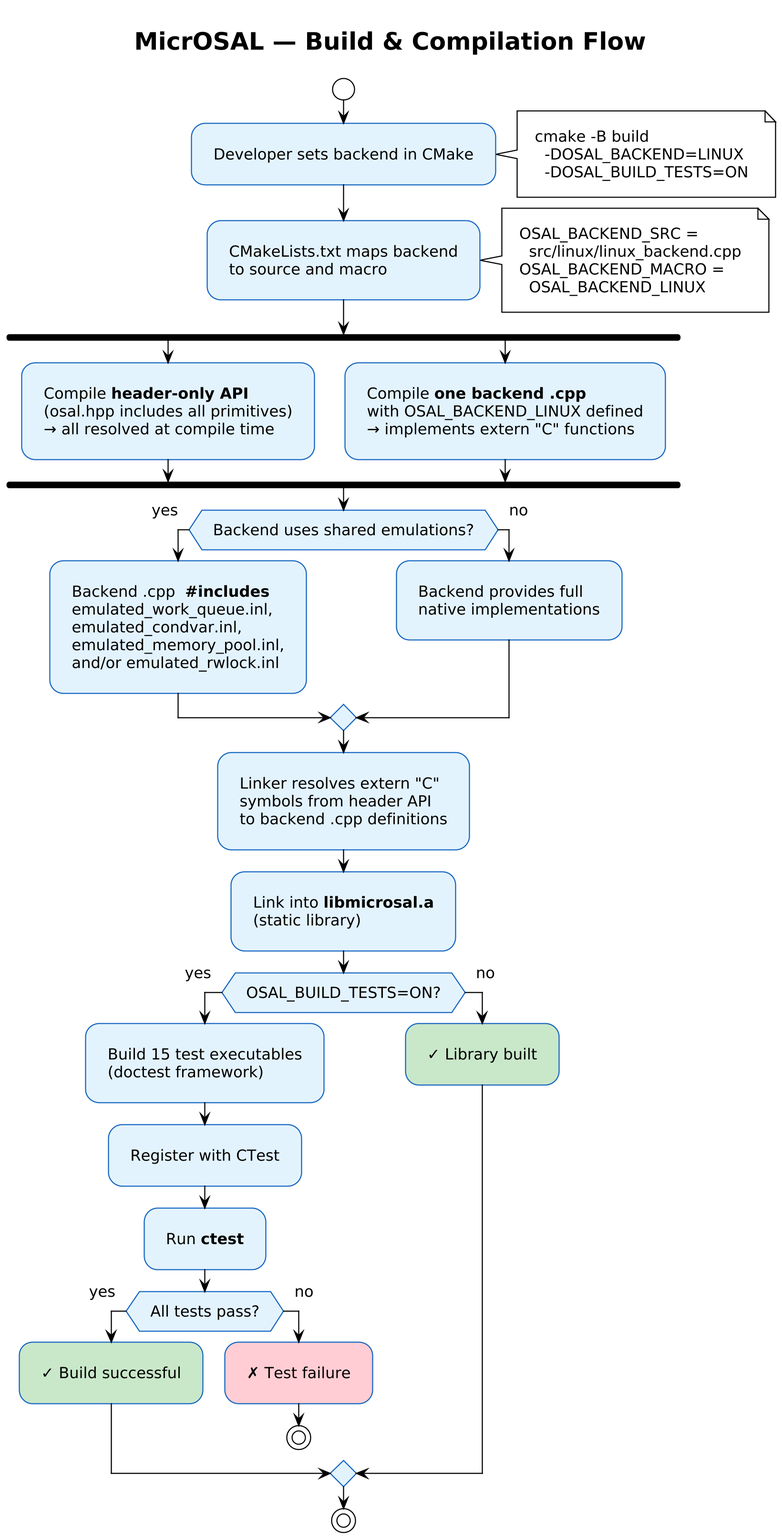
This is docs/diagrams/print/build_flow.png from jwbmwv/micrOSAL, a PlantUML export, as it was before one commit.
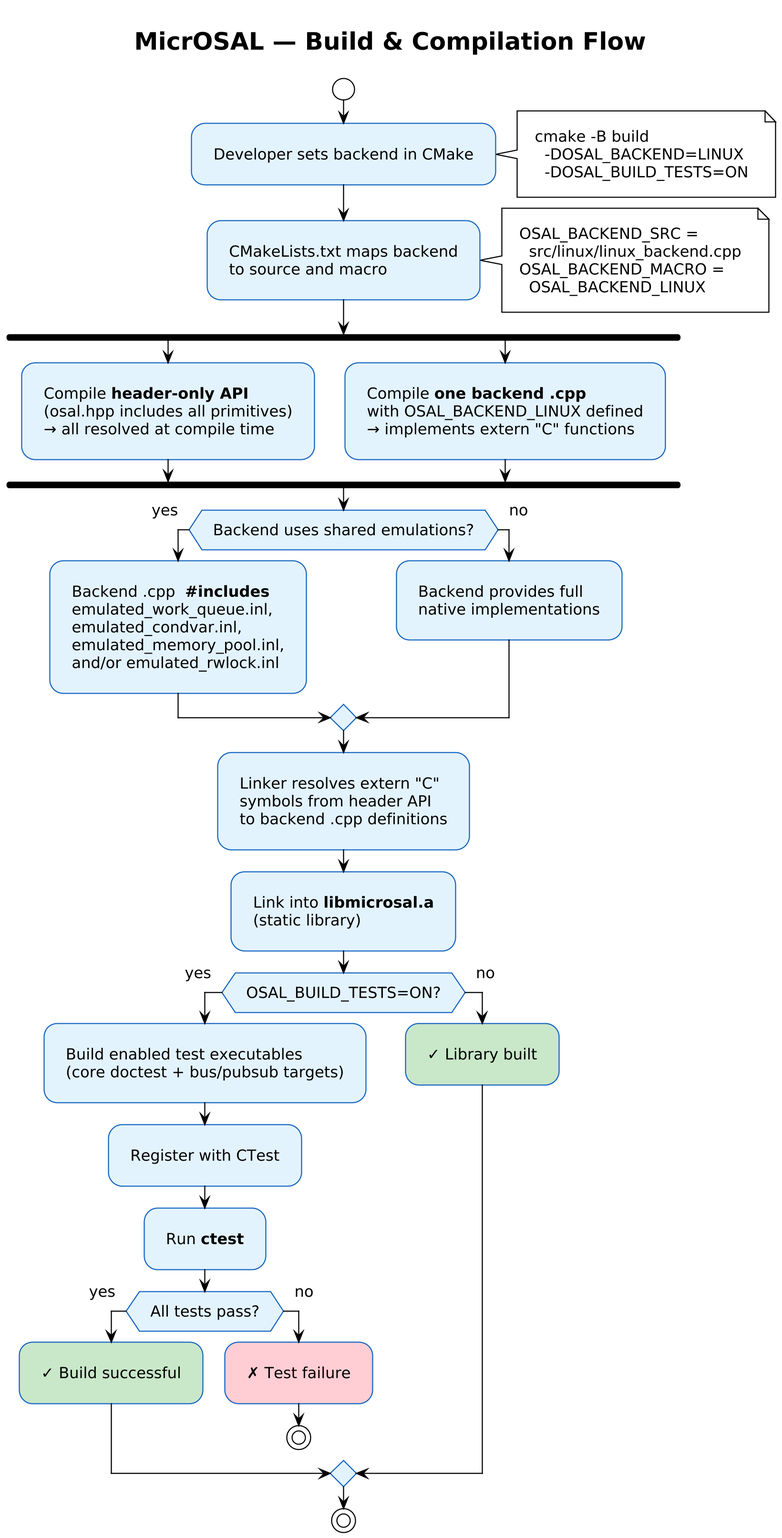
After the commit.

Diff of the diagram source:
```diff
@@ -55,8 +55,8 @@
 (static library);
 
 if (OSAL_BUILD_TESTS=ON?) then (yes)
-  :Build 15 test executables
-  (doctest framework);
+  :Build enabled test executables
+  (core doctest + bus/pubsub targets);
   :Register with CTest;
   :Run **ctest**;
   if (All tests pass?) then (yes)
```
